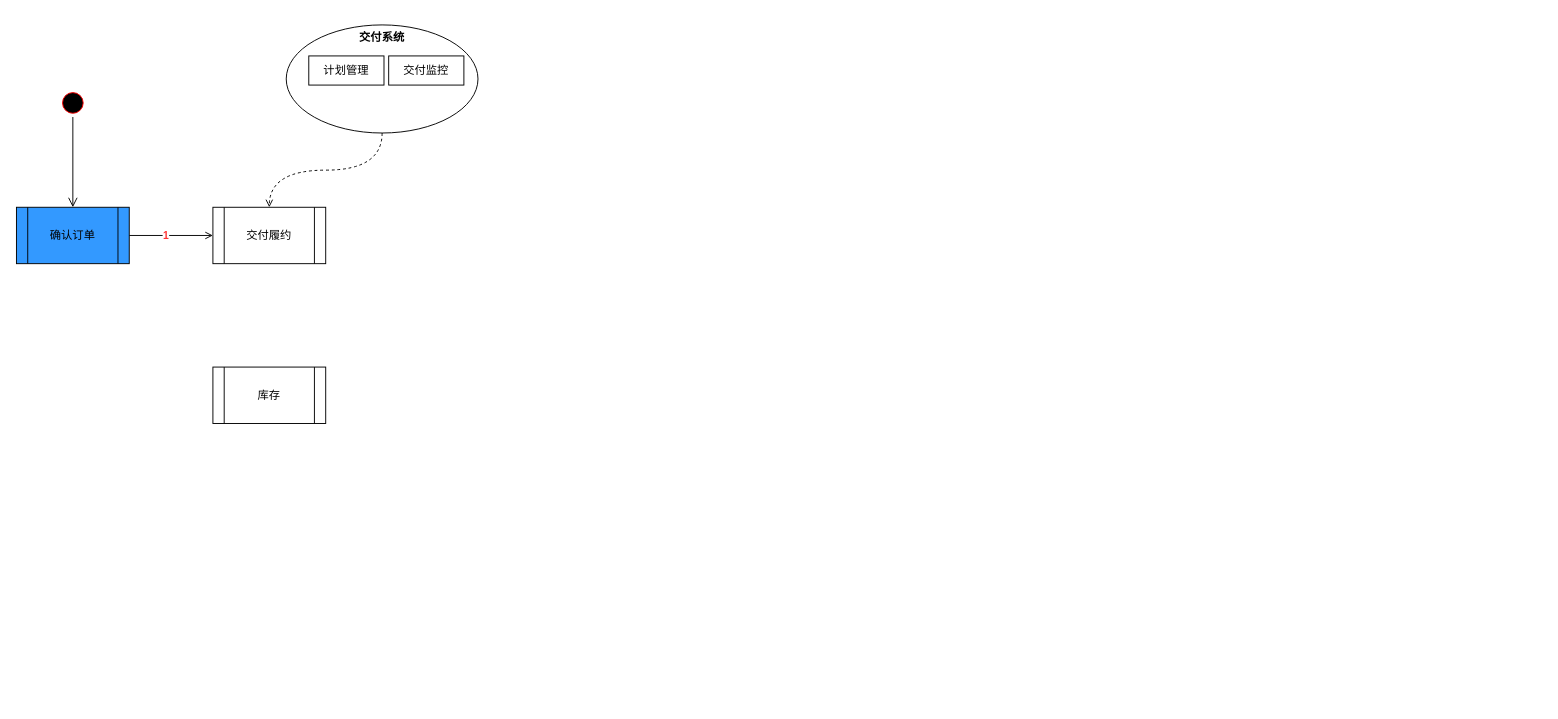
Earlier version of the draw.io diagram page "业务流程-01" (1 of 3) of docs/EA.drawio (lokiworks/codebase). Source tidied: cells renumbered, new cells numbered last; positions are measured from the earlier drawing's top-left corner, leaving out a move shared by most shapes. Both pictures are drawn from the tidied source at 94%, with x=0, y=0 at pixel (16, 24).
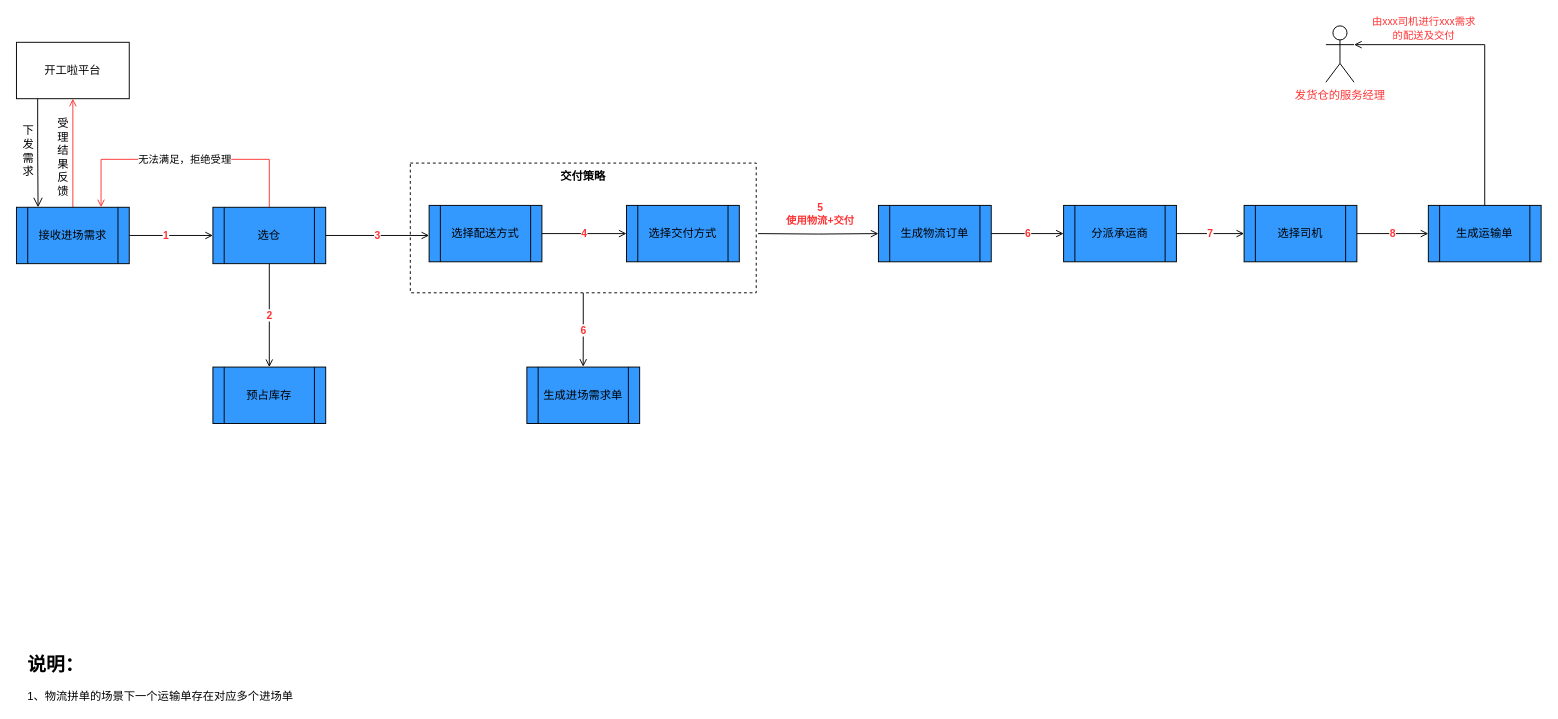
The same page after the edit.

The edit, as a diff of the source:
```diff
@@
+    <mxCell id="12" value="6" style="edgeStyle=orthogonalEdgeStyle;rounded=0;jettySize=auto;html=1;exitX=0.5;exitY=1;exitDx=0;exitDy=0;strokeColor=#000000;fontColor=#FF3333;endArrow=open;endFill=0;fontStyle=1;" parent="1" edge="1" source="13">
+      <mxGeometry relative="1" as="geometry">
+        <mxPoint x="602.9" y="363.6" as="targetPoint" />
+      </mxGeometry>
+    </mxCell>
+    <mxCell id="13" value="&lt;b&gt;&lt;font color=&quot;#000000&quot;&gt;交付策略&lt;/font&gt;&lt;/b&gt;" style="rounded=0;whiteSpace=wrap;html=1;dashed=1;strokeColor=#000000;fontColor=#FF3333;fillColor=#FFFFFF;align=center;verticalAlign=top;" parent="1" vertex="1">
+      <mxGeometry x="419" y="147" width="368" height="138" as="geometry" />
+    </mxCell>
@@
+    <mxCell id="14" style="edgeStyle=orthogonalEdgeStyle;rounded=0;jettySize=auto;html=1;exitX=0.5;exitY=0;exitDx=0;exitDy=0;entryX=0.5;entryY=1;entryDx=0;entryDy=0;strokeColor=#FF3333;fontColor=#FF3333;endArrow=open;endFill=0;" parent="1" edge="1" source="3" target="24">
+      <mxGeometry relative="1" as="geometry" />
+    </mxCell>
-    <mxCell id="3" value="确认订单" style="shape=process;whiteSpace=wrap;html=1;backgroundOutline=1;fillColor=#3399FF;strokeColor=#000000;" parent="1" vertex="1">
+    <mxCell id="3" value="接收进场需求" style="shape=process;whiteSpace=wrap;html=1;backgroundOutline=1;fillColor=#3399FF;strokeColor=#000000;" parent="1" vertex="1">
       <mxGeometry y="194" width="120" height="60" as="geometry" />
     </mxCell>
+    <mxCell id="15" value="2" style="edgeStyle=orthogonalEdgeStyle;rounded=0;jettySize=auto;html=1;exitX=0.5;exitY=1;exitDx=0;exitDy=0;entryX=0.5;entryY=0;entryDx=0;entryDy=0;strokeColor=#000000;endArrow=open;endFill=0;fontColor=#FF3333;fontStyle=1;" parent="1" edge="1" source="4" target="9">
+      <mxGeometry relative="1" as="geometry" />
+    </mxCell>
+    <mxCell id="16" value="3" style="edgeStyle=orthogonalEdgeStyle;rounded=0;jettySize=auto;html=1;exitX=1;exitY=0.5;exitDx=0;exitDy=0;entryX=0;entryY=0.5;entryDx=0;entryDy=0;strokeColor=#000000;fontColor=#FF3333;endArrow=open;endFill=0;fontStyle=1;" parent="1" edge="1" source="4">
+      <mxGeometry relative="1" as="geometry">
+        <mxPoint x="439" y="224" as="targetPoint" />
+      </mxGeometry>
+    </mxCell>
+    <mxCell id="17" value="无法满足，拒绝受理" style="edgeStyle=orthogonalEdgeStyle;rounded=0;jettySize=auto;html=1;exitX=0.5;exitY=0;exitDx=0;exitDy=0;entryX=0.75;entryY=0;entryDx=0;entryDy=0;strokeColor=#FF3333;fontColor=#000000;endArrow=open;endFill=0;" parent="1" edge="1" source="4" target="3">
+      <mxGeometry relative="1" as="geometry">
+        <Array as="points">
+          <mxPoint x="269" y="143" />
+          <mxPoint x="90" y="143" />
+        </Array>
+      </mxGeometry>
+    </mxCell>
-    <mxCell id="4" value="交付履约" style="shape=process;whiteSpace=wrap;html=1;backgroundOutline=1;" parent="1" vertex="1">
+    <mxCell id="4" value="选仓" style="shape=process;whiteSpace=wrap;html=1;backgroundOutline=1;fillColor=#3399FF;" parent="1" vertex="1">
       <mxGeometry x="209" y="194" width="120" height="60" as="geometry" />
     </mxCell>
-    <mxCell id="5" style="edgeStyle=orthogonalEdgeStyle;rounded=0;jettySize=auto;html=1;exitX=0.5;exitY=1;exitDx=0;exitDy=0;fontColor=#000000;endArrow=open;endFill=0;dashed=1;entryX=0.5;entryY=0;entryDx=0;entryDy=0;curved=1;" parent="1" edge="1" source="6" target="4">
-      <mxGeometry relative="1" as="geometry" />
-    </mxCell>
-    <mxCell id="6" value="交付系统" style="ellipse;whiteSpace=wrap;html=1;fontColor=#000000;fillColor=#FFFFFF;verticalAlign=top;fontStyle=1;" parent="1" vertex="1">
-      <mxGeometry x="287" width="204" height="115" as="geometry" />
-    </mxCell>
-    <mxCell id="7" value="&lt;font color=&quot;#000000&quot;&gt;计划管理&lt;/font&gt;" style="rounded=0;whiteSpace=wrap;html=1;fontColor=#FF3333;fillColor=#FFFFFF;" parent="1" vertex="1">
-      <mxGeometry x="311" y="33" width="80" height="31" as="geometry" />
-    </mxCell>
-    <mxCell id="8" value="&lt;font color=&quot;#000000&quot;&gt;交付监控&lt;/font&gt;" style="rounded=0;whiteSpace=wrap;html=1;fontColor=#FF3333;fillColor=#FFFFFF;" parent="1" vertex="1">
-      <mxGeometry x="396" y="33" width="80" height="31" as="geometry" />
-    </mxCell>
-    <mxCell id="9" value="库存" style="shape=process;whiteSpace=wrap;html=1;backgroundOutline=1;" parent="1" vertex="1">
+    <mxCell id="9" value="预占库存" style="shape=process;whiteSpace=wrap;html=1;backgroundOutline=1;fillColor=#3399FF;" parent="1" vertex="1">
       <mxGeometry x="209" y="364" width="120" height="60" as="geometry" />
     </mxCell>
-    <mxCell id="10" style="ellipse;html=1;shape=startState;fillColor=#000000;strokeColor=#ff0000;" parent="1" vertex="1">
-      <mxGeometry x="45" y="68" width="30" height="30" as="geometry" />
-    </mxCell>
-    <mxCell id="11" style="edgeStyle=orthogonalEdgeStyle;html=1;verticalAlign=bottom;endArrow=open;endSize=8;strokeColor=#000000;rounded=0;" parent="1" edge="1" source="10" target="3">
-      <mxGeometry relative="1" as="geometry" />
+    <mxCell id="11" style="edgeStyle=orthogonalEdgeStyle;html=1;verticalAlign=bottom;endArrow=open;endSize=8;strokeColor=#000000;rounded=0;exitX=0.188;exitY=0.992;exitDx=0;exitDy=0;exitPerimeter=0;" parent="1" edge="1" source="24">
+      <mxGeometry relative="1" as="geometry">
+        <mxPoint x="23" y="194" as="targetPoint" />
+      </mxGeometry>
     </mxCell>
+    <mxCell id="18" value="4" style="edgeStyle=orthogonalEdgeStyle;rounded=0;jettySize=auto;html=1;exitX=1;exitY=0.5;exitDx=0;exitDy=0;strokeColor=#000000;fontColor=#FF3333;endArrow=open;endFill=0;fontStyle=1;" parent="1" edge="1" source="19" target="21">
+      <mxGeometry relative="1" as="geometry" />
+    </mxCell>
+    <mxCell id="19" value="选择配送方式" style="shape=process;whiteSpace=wrap;html=1;backgroundOutline=1;fillColor=#3399FF;" parent="1" vertex="1">
+      <mxGeometry x="439" y="192" width="120" height="60" as="geometry" />
+    </mxCell>
+    <mxCell id="20" value="5&lt;br&gt;使用物流+交付" style="edgeStyle=orthogonalEdgeStyle;rounded=0;jettySize=auto;html=1;strokeColor=#000000;fontColor=#FF3333;endArrow=open;endFill=0;fontStyle=1;" parent="1" edge="1" target="23">
+      <mxGeometry x="0.05" y="21" relative="1" as="geometry">
+        <mxPoint x="789" y="222" as="sourcePoint" />
+      </mxGeometry>
+    </mxCell>
+    <mxCell id="21" value="选择交付方式" style="shape=process;whiteSpace=wrap;html=1;backgroundOutline=1;fillColor=#3399FF;" parent="1" vertex="1">
+      <mxGeometry x="649" y="192" width="120" height="60" as="geometry" />
+    </mxCell>
+    <mxCell id="22" value="6" style="edgeStyle=orthogonalEdgeStyle;rounded=0;jettySize=auto;html=1;exitX=1;exitY=0.5;exitDx=0;exitDy=0;strokeColor=#000000;fontColor=#FF3333;endArrow=open;endFill=0;fontStyle=1;" parent="1" edge="1" source="23" target="29">
+      <mxGeometry relative="1" as="geometry" />
+    </mxCell>
+    <mxCell id="23" value="生成物流订单" style="shape=process;whiteSpace=wrap;html=1;backgroundOutline=1;fillColor=#3399FF;" parent="1" vertex="1">
+      <mxGeometry x="917" y="192" width="120" height="60" as="geometry" />
+    </mxCell>
+    <mxCell id="24" value="开工啦平台" style="rounded=0;whiteSpace=wrap;html=1;strokeColor=#000000;fontColor=#000000;fillColor=#FFFFFF;" parent="1" vertex="1">
+      <mxGeometry y="18.5" width="120" height="60" as="geometry" />
+    </mxCell>
+    <mxCell id="25" value="受理结果反馈" style="text;html=1;strokeColor=none;fillColor=none;align=center;verticalAlign=middle;whiteSpace=wrap;rounded=0;fontColor=#000000;" parent="1" vertex="1">
+      <mxGeometry x="41" y="98" width="18" height="85" as="geometry" />
+    </mxCell>
+    <mxCell id="26" value="下发需求" style="text;html=1;strokeColor=none;fillColor=none;align=center;verticalAlign=middle;whiteSpace=wrap;rounded=0;fontColor=#000000;" parent="1" vertex="1">
+      <mxGeometry x="5" y="96" width="16" height="75" as="geometry" />
+    </mxCell>
+    <mxCell id="27" value="生成进场需求单" style="shape=process;whiteSpace=wrap;html=1;backgroundOutline=1;fillColor=#3399FF;" parent="1" vertex="1">
+      <mxGeometry x="543" y="364" width="120" height="60" as="geometry" />
+    </mxCell>
+    <mxCell id="28" value="7" style="edgeStyle=orthogonalEdgeStyle;rounded=0;jettySize=auto;html=1;exitX=1;exitY=0.5;exitDx=0;exitDy=0;strokeColor=#000000;fontColor=#FF3333;endArrow=open;endFill=0;fontStyle=1;" parent="1" edge="1" source="29" target="31">
+      <mxGeometry relative="1" as="geometry" />
+    </mxCell>
+    <mxCell id="29" value="分派承运商" style="shape=process;whiteSpace=wrap;html=1;backgroundOutline=1;fillColor=#3399FF;" parent="1" vertex="1">
+      <mxGeometry x="1114" y="192" width="120" height="60" as="geometry" />
+    </mxCell>
+    <mxCell id="30" value="8" style="edgeStyle=orthogonalEdgeStyle;rounded=0;jettySize=auto;html=1;exitX=1;exitY=0.5;exitDx=0;exitDy=0;strokeColor=#000000;fontColor=#FF3333;endArrow=open;endFill=0;fontStyle=1;" parent="1" edge="1" source="31" target="34">
+      <mxGeometry relative="1" as="geometry" />
+    </mxCell>
+    <mxCell id="31" value="选择司机" style="shape=process;whiteSpace=wrap;html=1;backgroundOutline=1;fillColor=#3399FF;" parent="1" vertex="1">
+      <mxGeometry x="1306" y="192" width="120" height="60" as="geometry" />
+    </mxCell>
+    <mxCell id="32" style="edgeStyle=orthogonalEdgeStyle;rounded=0;jettySize=auto;html=1;exitX=0.5;exitY=0;exitDx=0;exitDy=0;entryX=1;entryY=0.3333333333333333;entryDx=0;entryDy=0;entryPerimeter=0;strokeColor=#000000;fontColor=#FF3333;endArrow=open;endFill=0;" parent="1" edge="1" source="34" target="35">
+      <mxGeometry relative="1" as="geometry" />
+    </mxCell>
+    <mxCell id="33" value="由xxx司机进行xxx需求&lt;br&gt;的配送及交付" style="edgeLabel;html=1;align=center;verticalAlign=middle;fontColor=#FF3333;" parent="32" vertex="1">
+      <mxGeometry x="0.41" relative="1" as="geometry">
+        <mxPoint x="-18" y="-18" as="offset" />
+      </mxGeometry>
+    </mxCell>
+    <mxCell id="34" value="生成运输单" style="shape=process;whiteSpace=wrap;html=1;backgroundOutline=1;fillColor=#3399FF;" parent="1" vertex="1">
+      <mxGeometry x="1502" y="192" width="120" height="60" as="geometry" />
+    </mxCell>
+    <mxCell id="35" value="发货仓的服务经理" style="shape=umlActor;verticalLabelPosition=bottom;verticalAlign=top;html=1;outlineConnect=0;strokeColor=#000000;fontColor=#FF3333;fillColor=#FFFFFF;" parent="1" vertex="1">
+      <mxGeometry x="1393" y="1" width="30" height="60" as="geometry" />
+    </mxCell>
+    <mxCell id="36" value="&lt;font color=&quot;#000000&quot;&gt;&lt;b&gt;&lt;font style=&quot;font-size: 20px;&quot;&gt;说明：&lt;br&gt;&lt;/font&gt;&lt;/b&gt;&lt;br&gt;1、物流拼单的场景下一个运输单存在对应多个进场单&lt;br&gt;&lt;/font&gt;" style="text;html=1;strokeColor=none;fillColor=none;align=left;verticalAlign=middle;whiteSpace=wrap;rounded=0;fontColor=#FF3333;" parent="1" vertex="1">
+      <mxGeometry x="10" y="680" width="295" height="30" as="geometry" />
+    </mxCell>
```
